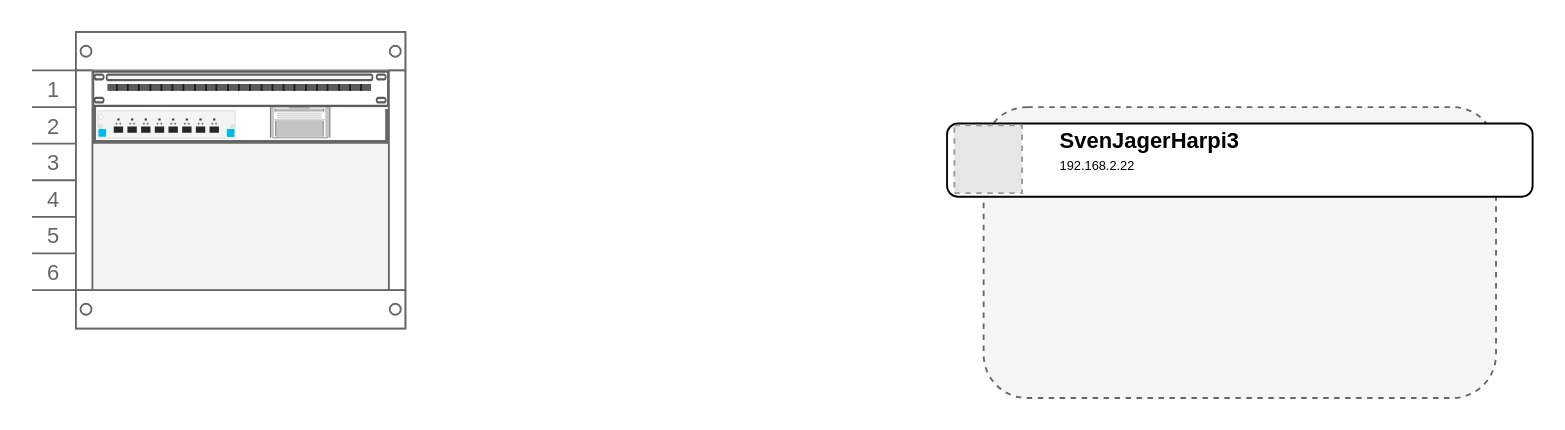
Earlier version of the draw.io diagram HomeLab Diagram.drawio (SvenJager/HomeLab). Source tidied: cells renumbered, new cells numbered last; positions are measured from the earlier drawing's top-left corner, leaving out a move shared by most shapes. Both pictures are drawn from the tidied source at 183%, with x=0, y=0 at pixel (31, 31). Pictures stored in the file or linked from it are replaced by grey dashed boxes.
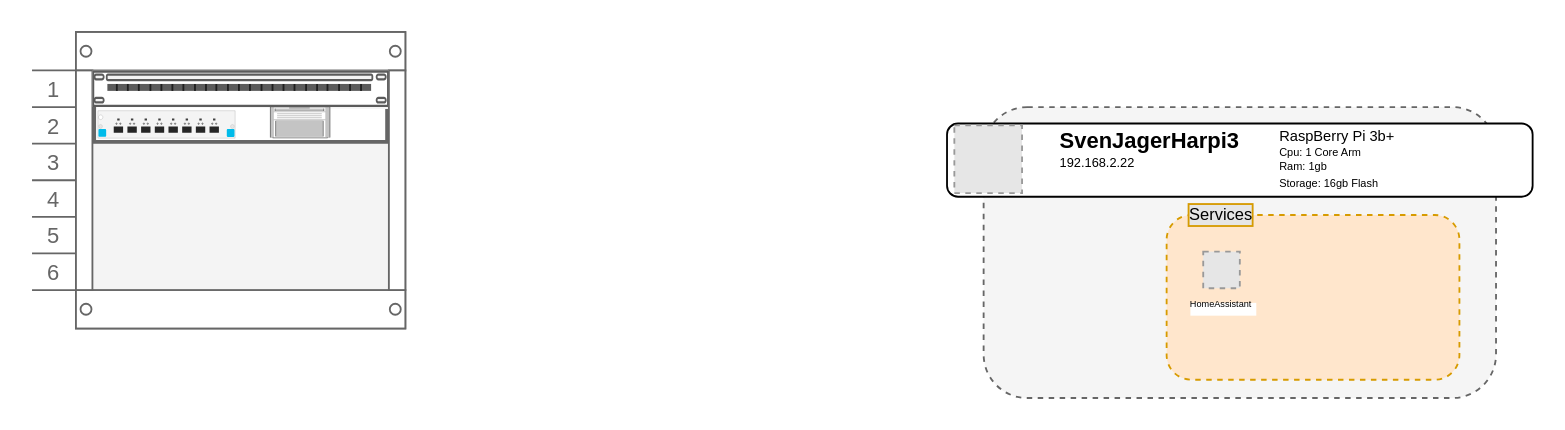
Above is the later version.

What changed in the source:
```diff
@@
 <mxGraphModel>
   <root>
     <mxCell id="0" />
     <mxCell id="1" parent="0" />
     <mxCell id="2" style="strokeColor=#666666;html=1;verticalLabelPosition=bottom;labelBackgroundColor=#ffffff;verticalAlign=top;shadow=0;dashed=0;shape=mxgraph.rackGeneral.rackCabinet3;fillColor2=#f4f4f4;allowGaps=1;textColor=#666666;numDisp=ascend;rackUnitSize=20;" parent="1" vertex="1">
       <mxGeometry width="204" height="170" as="geometry" />
     </mxCell>
     <mxCell id="3" style="strokeColor=#666666;html=1;labelPosition=right;align=left;spacingLeft=15;shadow=0;dashed=0;shape=mxgraph.rack.general.cat5e_rack_mount_patch_panel_24_ports;" parent="2" vertex="1">
       <mxGeometry x="33" y="21" width="162" height="20" as="geometry" />
     </mxCell>
     <mxCell id="4" style="strokeColor=#666666;html=1;labelPosition=right;align=left;spacingLeft=15;shadow=0;dashed=0;shape=mxgraph.rackGeneral.shelf;" parent="2" vertex="1">
       <mxGeometry x="33" y="41" width="162" height="20" as="geometry" />
     </mxCell>
     <mxCell id="5" style="html=1;verticalLabelPosition=bottom;verticalAlign=top;shadow=0;dashed=0;shape=mxgraph.rack.hpe_aruba.switches.j993a_8_port_1g_10gbe_sfpplus_with_macsec_v3_zl2_module;" parent="4" vertex="1">
       <mxGeometry x="3" y="2" width="75" height="15" as="geometry" />
     </mxCell>
     <mxCell id="6" style="strokeColor=#666666;html=1;verticalLabelPosition=bottom;labelBackgroundColor=#ffffff;verticalAlign=top;shadow=0;dashed=0;shape=mxgraph.rack.general.server_1;" parent="4" vertex="1">
       <mxGeometry x="97" width="33" height="17" as="geometry" />
     </mxCell>
     <mxCell id="7" style="rounded=1;whiteSpace=wrap;html=1;fillColor=#f5f5f5;fontColor=#333333;strokeColor=#666666;dashed=1;" parent="1" vertex="1">
       <mxGeometry x="520" y="41" width="280" height="159" as="geometry" />
     </mxCell>
     <mxCell id="8" style="rounded=1;whiteSpace=wrap;html=1;" parent="1" vertex="1">
       <mxGeometry x="500" y="50" width="320" height="40" as="geometry" />
     </mxCell>
     <mxCell id="9" value="SvenJagerHarpi3" style="text;html=1;align=left;verticalAlign=middle;whiteSpace=wrap;rounded=0;fontFamily=Helvetica;fontStyle=1;" parent="1" vertex="1">
       <mxGeometry x="560" y="50" width="110" height="20" as="geometry" />
     </mxCell>
     <mxCell id="10" value="192.168.2.22" style="text;html=1;align=left;verticalAlign=middle;whiteSpace=wrap;rounded=0;fontSize=7;fontFamily=Helvetica;" parent="1" vertex="1">
-      <mxGeometry x="560" y="69" width="60" height="10" as="geometry" />
+      <mxGeometry x="560" y="67" width="60" height="10" as="geometry" />
     </mxCell>
     <mxCell id="11" style="fillColor=#E6E6E6;strokeColor=#999999;dashed=1;verticalLabelPosition=bottom;labelBackgroundColor=default;verticalAlign=top;" parent="1" vertex="1">
       <mxGeometry x="504" y="51" width="37" height="37" as="geometry" />
     </mxCell>
+    <mxCell id="12" value="RaspBerry Pi 3b+" style="text;html=1;align=left;verticalAlign=middle;whiteSpace=wrap;rounded=0;fontSize=8;" parent="1" vertex="1">
+      <mxGeometry x="680" y="53" width="100" height="7" as="geometry" />
+    </mxCell>
+    <mxCell id="13" value="Cpu: 1 Core Arm" style="text;html=1;align=left;verticalAlign=middle;whiteSpace=wrap;rounded=0;fontSize=6;" parent="1" vertex="1">
+      <mxGeometry x="680" y="62" width="100" height="7" as="geometry" />
+    </mxCell>
+    <mxCell id="14" value="Ram: 1gb" style="text;html=1;align=left;verticalAlign=middle;whiteSpace=wrap;rounded=0;fontSize=6;" parent="1" vertex="1">
+      <mxGeometry x="680" y="70.5" width="100" height="7" as="geometry" />
+    </mxCell>
+    <mxCell id="15" value="Storage: 16gb Flash" style="text;html=1;align=left;verticalAlign=middle;whiteSpace=wrap;rounded=0;fontSize=6;" parent="1" vertex="1">
+      <mxGeometry x="680" y="79" width="100" height="7" as="geometry" />
+    </mxCell>
+    <mxCell id="16" style="rounded=1;whiteSpace=wrap;html=1;fillColor=#ffe6cc;strokeColor=#d79b00;dashed=1;" parent="1" vertex="1">
+      <mxGeometry x="620" y="100" width="160" height="90" as="geometry" />
+    </mxCell>
+    <mxCell id="17" value="Services" style="text;html=1;align=center;verticalAlign=middle;whiteSpace=wrap;rounded=0;fontSize=9;labelBackgroundColor=#E6E6E6;labelBorderColor=#D79B00;spacing=0;spacingLeft=0;" parent="1" vertex="1">
+      <mxGeometry x="630" y="92" width="40" height="16" as="geometry" />
+    </mxCell>
+    <mxCell id="18" value="HomeAssistant" style="fillColor=#E6E6E6;strokeColor=#999999;dashed=1;verticalLabelPosition=bottom;labelBackgroundColor=default;verticalAlign=top;fontSize=5;" parent="1" vertex="1">
+      <mxGeometry x="640" y="120" width="20" height="20" as="geometry" />
+    </mxCell>
   </root>
 </mxGraphModel>
```
